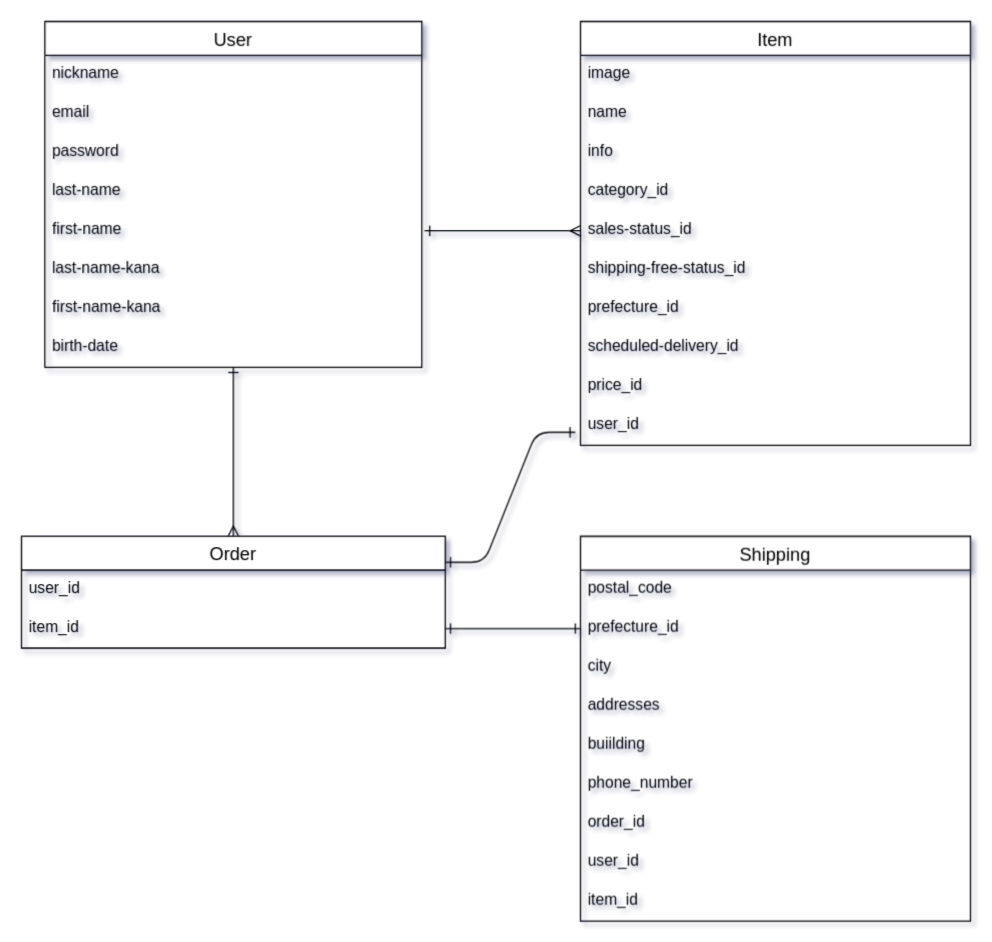
Before: frima.dio in saxtuchi/furima-38417, a draw.io diagram. Source tidied: cells renumbered, new cells numbered last; positions are measured from the earlier drawing's top-left corner, leaving out a move shared by most shapes. Both pictures are drawn from the tidied source at 130%, with x=0, y=0 at pixel (21, 21).
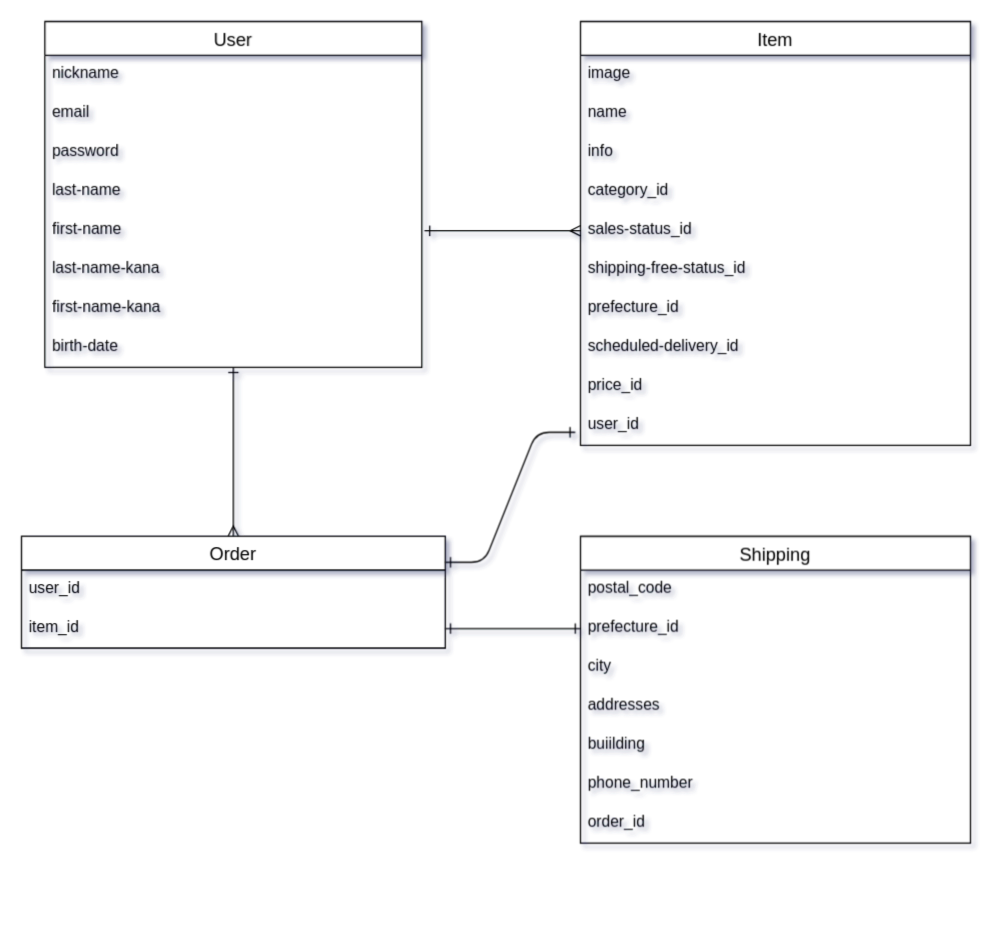
The same diagram, later.

Commit message:
カラム訂正

The edit, as a diff of the source:
```diff
@@
     <mxCell id="27" value="Shipping" style="swimlane;fontStyle=0;horizontal=1;startSize=26;align=center;fontSize=14;" parent="1" vertex="1">
-      <mxGeometry x="430" y="396" width="300" height="296" as="geometry" />
+      <mxGeometry x="430" y="396" width="300" height="236" as="geometry" />
     </mxCell>
@@
-    <mxCell id="35" value="user_id" style="text;strokeColor=none;fillColor=none;spacingLeft=4;spacingRight=4;overflow=hidden;fontSize=12;" parent="27" vertex="1">
-      <mxGeometry y="236" width="300" height="30" as="geometry" />
-    </mxCell>
-    <mxCell id="36" value="item_id" style="text;strokeColor=none;fillColor=none;spacingLeft=4;spacingRight=4;overflow=hidden;fontSize=12;" parent="27" vertex="1">
-      <mxGeometry y="266" width="300" height="30" as="geometry" />
-    </mxCell>
```
